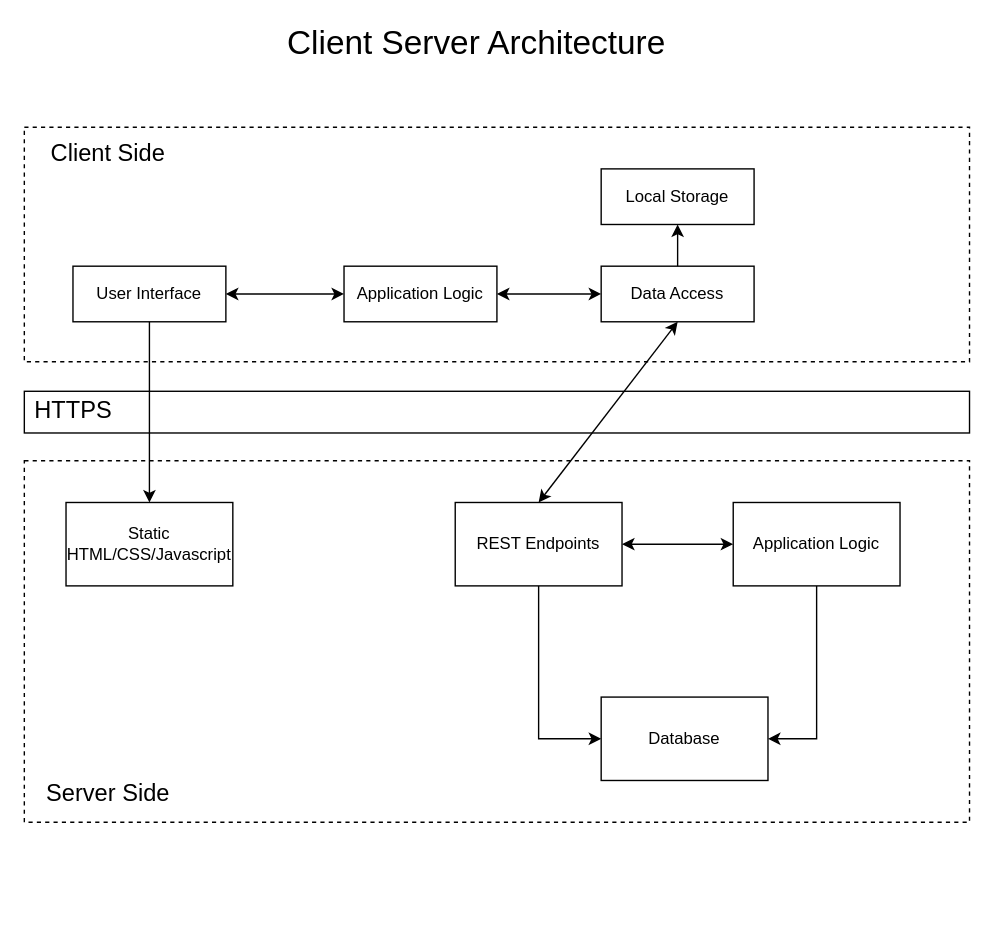
Before: Application Architecture.drawio in MarkyMan4/capstone-planning, a draw.io diagram. Source tidied: cells renumbered, new cells numbered last; positions are measured from the earlier drawing's top-left corner, leaving out a move shared by most shapes. Both pictures are drawn from the tidied source at 139%, with x=0, y=0 at pixel (24, 29).
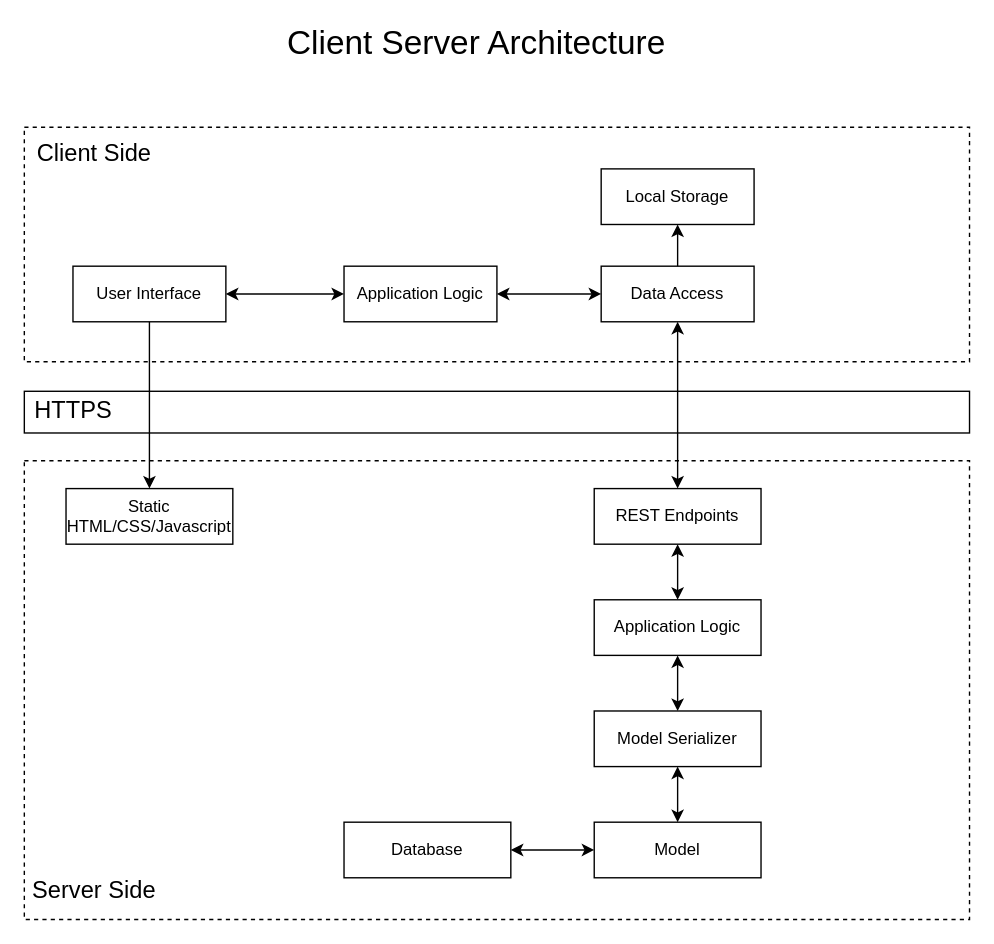
The same diagram, later.

Commit message:
Update server side architecture

The edit, as a diff of the source:
```diff
@@
     <mxCell id="2" style="rounded=0;whiteSpace=wrap;html=1;fillColor=none;dashed=1;" parent="1" vertex="1">
-      <mxGeometry y="310" width="680" height="260" as="geometry" />
+      <mxGeometry y="310" width="680" height="330" as="geometry" />
     </mxCell>
@@
-    <mxCell id="4" style="edgeStyle=orthogonalEdgeStyle;rounded=0;jettySize=auto;html=1;exitX=0.5;exitY=1;exitDx=0;exitDy=0;entryX=0;entryY=0.5;entryDx=0;entryDy=0;" parent="1" edge="1" source="6" target="9">
-      <mxGeometry relative="1" as="geometry" />
-    </mxCell>
-    <mxCell id="5" style="edgeStyle=orthogonalEdgeStyle;rounded=0;jettySize=auto;html=1;exitX=1;exitY=0.5;exitDx=0;exitDy=0;entryX=0;entryY=0.5;entryDx=0;entryDy=0;startArrow=classic;startFill=1;" parent="1" edge="1" source="6" target="8">
-      <mxGeometry relative="1" as="geometry" />
-    </mxCell>
     <mxCell id="6" value="REST Endpoints" style="rounded=0;whiteSpace=wrap;html=1;" parent="1" vertex="1">
-      <mxGeometry x="310" y="340" width="120" height="60" as="geometry" />
+      <mxGeometry x="410" y="330" width="120" height="40" as="geometry" />
     </mxCell>
-    <mxCell id="7" style="edgeStyle=orthogonalEdgeStyle;rounded=0;jettySize=auto;html=1;exitX=0.5;exitY=1;exitDx=0;exitDy=0;entryX=1;entryY=0.5;entryDx=0;entryDy=0;" parent="1" edge="1" source="8" target="9">
-      <mxGeometry relative="1" as="geometry" />
-    </mxCell>
+    <mxCell id="25" style="edgeStyle=none;rounded=0;jettySize=auto;html=1;startArrow=classic;startFill=1;endArrow=classic;endFill=1;" parent="1" edge="1" source="8" target="6">
+      <mxGeometry relative="1" as="geometry" />
+    </mxCell>
+    <mxCell id="26" style="edgeStyle=none;rounded=0;jettySize=auto;html=1;startArrow=classic;startFill=1;endArrow=classic;endFill=1;" parent="1" edge="1" source="8" target="30">
+      <mxGeometry relative="1" as="geometry" />
+    </mxCell>
     <mxCell id="8" value="Application Logic" style="whiteSpace=wrap;html=1;" parent="1" vertex="1">
-      <mxGeometry x="510" y="340" width="120" height="60" as="geometry" />
+      <mxGeometry x="410" y="410" width="120" height="40" as="geometry" />
     </mxCell>
     <mxCell id="9" value="Database" style="rounded=0;whiteSpace=wrap;html=1;" parent="1" vertex="1">
-      <mxGeometry x="415" y="480" width="120" height="60" as="geometry" />
+      <mxGeometry x="230" y="570" width="120" height="40" as="geometry" />
     </mxCell>
     <mxCell id="10" value="Static HTML/CSS/Javascript" style="rounded=0;whiteSpace=wrap;html=1;" parent="1" vertex="1">
-      <mxGeometry x="30" y="340" width="120" height="60" as="geometry" />
+      <mxGeometry x="30" y="330" width="120" height="40" as="geometry" />
     </mxCell>
@@
     <mxCell id="13" value="&lt;font style=&quot;font-size: 17px&quot;&gt;Server Side&lt;/font&gt;" style="text;html=1;align=center;verticalAlign=middle;" parent="1" vertex="1">
-      <mxGeometry x="10" y="540" width="100" height="20" as="geometry" />
+      <mxGeometry y="610" width="100" height="20" as="geometry" />
     </mxCell>
     <mxCell id="14" value="&lt;font style=&quot;font-size: 17px&quot;&gt;Client Side&lt;/font&gt;" style="text;html=1;align=center;verticalAlign=middle;" parent="1" vertex="1">
-      <mxGeometry x="10" y="80" width="100" height="20" as="geometry" />
+      <mxGeometry y="80" width="100" height="20" as="geometry" />
     </mxCell>
@@
+    <mxCell id="27" style="edgeStyle=none;rounded=0;jettySize=auto;html=1;exitX=0;exitY=0.5;exitDx=0;exitDy=0;startArrow=classic;startFill=1;endArrow=classic;endFill=1;" parent="1" edge="1" source="29" target="9">
+      <mxGeometry relative="1" as="geometry" />
+    </mxCell>
+    <mxCell id="28" style="edgeStyle=none;rounded=0;jettySize=auto;html=1;startArrow=classic;startFill=1;endArrow=classic;endFill=1;" parent="1" edge="1" source="29" target="30">
+      <mxGeometry relative="1" as="geometry" />
+    </mxCell>
+    <mxCell id="29" value="Model" style="whiteSpace=wrap;html=1;" parent="1" vertex="1">
+      <mxGeometry x="410" y="570" width="120" height="40" as="geometry" />
+    </mxCell>
+    <mxCell id="30" value="Model Serializer" style="whiteSpace=wrap;html=1;" parent="1" vertex="1">
+      <mxGeometry x="410" y="490" width="120" height="40" as="geometry" />
+    </mxCell>
```
